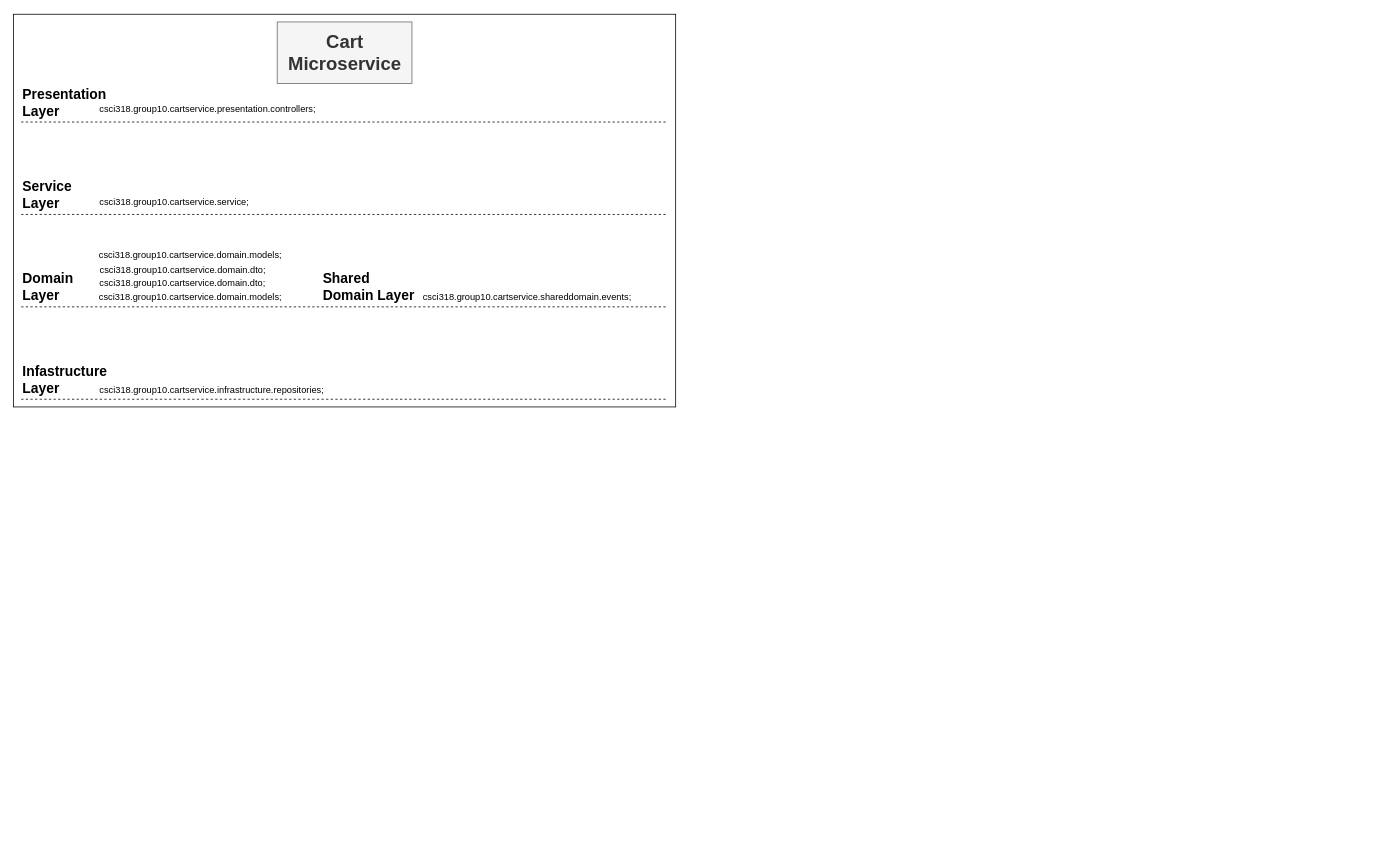
This is layeredArchitecture.drawio from aks805/318Diagrams, a draw.io file, before an edit. Source tidied: cells renumbered, new cells numbered last; positions are measured from the earlier drawing's top-left corner, leaving out a move shared by most shapes. Both pictures are drawn from the tidied source at 77%, with x=0, y=0 at pixel (13, 14).
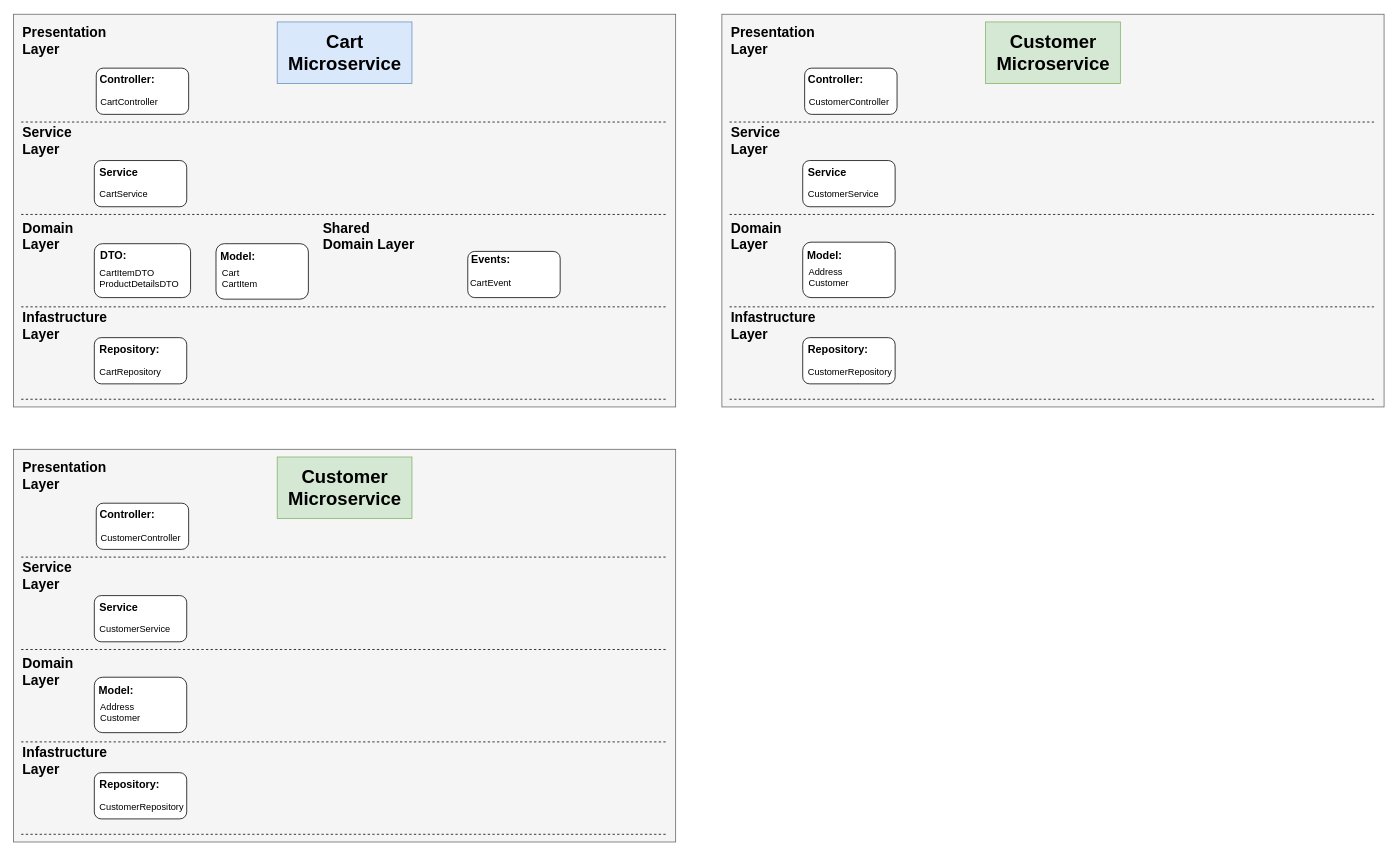
The same diagram, later.

Change to the diagram source:
```diff
@@
-    <mxCell id="2" style="rounded=0;whiteSpace=wrap;html=1;" parent="1" vertex="1">
+    <mxCell id="2" style="rounded=0;whiteSpace=wrap;html=1;fillColor=#f5f5f5;fontColor=#333333;strokeColor=#666666;" parent="1" vertex="1">
       <mxGeometry width="860" height="510" as="geometry" />
     </mxCell>
+    <mxCell id="21" style="rounded=1;whiteSpace=wrap;html=1;" parent="1" vertex="1">
+      <mxGeometry x="590" y="308" width="120" height="60" as="geometry" />
+    </mxCell>
+    <mxCell id="22" style="rounded=1;whiteSpace=wrap;html=1;" parent="1" vertex="1">
+      <mxGeometry x="107.5" y="70" width="120" height="60" as="geometry" />
+    </mxCell>
+    <mxCell id="23" style="rounded=1;whiteSpace=wrap;html=1;" parent="1" vertex="1">
+      <mxGeometry x="105" y="190" width="120" height="60" as="geometry" />
+    </mxCell>
+    <mxCell id="24" style="rounded=1;whiteSpace=wrap;html=1;" parent="1" vertex="1">
+      <mxGeometry x="263" y="298" width="120" height="72" as="geometry" />
+    </mxCell>
+    <mxCell id="25" style="rounded=1;whiteSpace=wrap;html=1;" parent="1" vertex="1">
+      <mxGeometry x="105" y="420" width="120" height="60" as="geometry" />
+    </mxCell>
-    <mxCell id="3" value="&lt;h1&gt;Cart Microservice&lt;/h1&gt;" style="text;html=1;align=center;verticalAlign=middle;whiteSpace=wrap;rounded=0;fillColor=#f5f5f5;strokeColor=#666666;fontColor=#333333;" parent="1" vertex="1">
+    <mxCell id="3" value="&lt;h1&gt;Cart Microservice&lt;/h1&gt;" style="text;html=1;align=center;verticalAlign=middle;whiteSpace=wrap;rounded=0;fillColor=#dae8fc;strokeColor=#6c8ebf;" parent="1" vertex="1">
       <mxGeometry x="342.5" y="10" width="175" height="80" as="geometry" />
     </mxCell>
@@
     <mxCell id="7" value="&lt;h2&gt;Presentation Layer&lt;/h2&gt;" style="text;html=1;align=left;verticalAlign=middle;whiteSpace=wrap;rounded=0;" parent="1" vertex="1">
-      <mxGeometry x="10" y="100" width="60" height="30" as="geometry" />
+      <mxGeometry x="10" y="20" width="60" height="30" as="geometry" />
     </mxCell>
     <mxCell id="8" value="&lt;h2&gt;Service Layer&lt;/h2&gt;" style="text;html=1;align=left;verticalAlign=middle;whiteSpace=wrap;rounded=0;" parent="1" vertex="1">
-      <mxGeometry x="10" y="220" width="60" height="30" as="geometry" />
+      <mxGeometry x="10" y="150" width="60" height="30" as="geometry" />
     </mxCell>
     <mxCell id="9" value="&lt;h2&gt;Domain Layer&lt;/h2&gt;" style="text;html=1;align=left;verticalAlign=middle;whiteSpace=wrap;rounded=0;" parent="1" vertex="1">
-      <mxGeometry x="10" y="340" width="60" height="30" as="geometry" />
+      <mxGeometry x="10" y="274" width="60" height="30" as="geometry" />
     </mxCell>
     <mxCell id="10" value="&lt;h2&gt;Infastructure Layer&lt;/h2&gt;" style="text;html=1;align=left;verticalAlign=middle;whiteSpace=wrap;rounded=0;" parent="1" vertex="1">
-      <mxGeometry x="10" y="460" width="60" height="30" as="geometry" />
+      <mxGeometry x="10" y="390" width="60" height="30" as="geometry" />
     </mxCell>
@@
     <mxCell id="12" value="&lt;h2&gt;Shared Domain Layer&lt;/h2&gt;" style="text;html=1;align=left;verticalAlign=middle;whiteSpace=wrap;rounded=0;" parent="1" vertex="1">
-      <mxGeometry x="400" y="340" width="130" height="30" as="geometry" />
+      <mxGeometry x="400" y="274" width="130" height="30" as="geometry" />
     </mxCell>
-    <mxCell id="13" value="&lt;div style=&quot;&quot;&gt;csci318.group10.cartservice.infrastructure.repositories;&lt;/div&gt;&lt;div&gt;&lt;br&gt;&lt;/div&gt;" style="text;html=1;align=left;verticalAlign=middle;whiteSpace=wrap;rounded=0;" parent="1" vertex="1">
-      <mxGeometry x="110" y="480" width="60" height="30" as="geometry" />
-    </mxCell>
-    <mxCell id="14" value="csci318.group10.cartservice.domain.dto;" style="text;html=1;align=left;verticalAlign=middle;whiteSpace=wrap;rounded=0;" parent="1" vertex="1">
-      <mxGeometry x="110" y="335" width="60" height="30" as="geometry" />
-    </mxCell>
-    <mxCell id="15" value="&lt;div style=&quot;text-align: left;&quot;&gt;csci318.group10.cartservice.domain.dto;&lt;/div&gt;&lt;div&gt;&lt;br&gt;&lt;/div&gt;" style="text;html=1;align=center;verticalAlign=middle;whiteSpace=wrap;rounded=0;" parent="1" vertex="1">
-      <mxGeometry x="190" y="324" width="60" height="30" as="geometry" />
-    </mxCell>
-    <mxCell id="16" value="&lt;div style=&quot;text-align: left;&quot;&gt;csci318.group10.cartservice.domain.models;&lt;/div&gt;&lt;div&gt;&lt;br&gt;&lt;/div&gt;" style="text;html=1;align=center;verticalAlign=middle;whiteSpace=wrap;rounded=0;" parent="1" vertex="1">
-      <mxGeometry x="200" y="360" width="60" height="30" as="geometry" />
-    </mxCell>
-    <mxCell id="17" value="&lt;div style=&quot;text-align: left;&quot;&gt;csci318.group10.cartservice.domain.models;&lt;/div&gt;&lt;div&gt;&lt;br&gt;&lt;/div&gt;" style="text;html=1;align=center;verticalAlign=middle;whiteSpace=wrap;rounded=0;" parent="1" vertex="1">
-      <mxGeometry x="200" y="305" width="60" height="30" as="geometry" />
-    </mxCell>
-    <mxCell id="18" value="csci318.group10.cartservice.shareddomain.events;" style="text;whiteSpace=wrap;" parent="1" vertex="1">
-      <mxGeometry x="530" y="354" width="350" height="26" as="geometry" />
-    </mxCell>
-    <mxCell id="19" value="csci318.group10.cartservice.service;" style="text;whiteSpace=wrap;" parent="1" vertex="1">
-      <mxGeometry x="110" y="230" width="280" height="20" as="geometry" />
+    <mxCell id="19" value="CartService" style="text;whiteSpace=wrap;" parent="1" vertex="1">
+      <mxGeometry x="110" y="220" width="70" height="20" as="geometry" />
     </mxCell>
-    <mxCell id="20" value="csci318.group10.cartservice.presentation.controllers;" style="text;whiteSpace=wrap;" parent="1" vertex="1">
-      <mxGeometry x="110" y="110" width="360" height="40" as="geometry" />
-    </mxCell>
+    <mxCell id="26" style="rounded=1;whiteSpace=wrap;html=1;" parent="1" vertex="1">
+      <mxGeometry x="105" y="298" width="125" height="70" as="geometry" />
+    </mxCell>
+    <mxCell id="27" value="&lt;h3&gt;&lt;span style=&quot;text-align: left;&quot;&gt;DTO:&lt;/span&gt;&lt;/h3&gt;" style="text;html=1;align=center;verticalAlign=middle;whiteSpace=wrap;rounded=0;" parent="1" vertex="1">
+      <mxGeometry x="110" y="298" width="40" height="30" as="geometry" />
+    </mxCell>
+    <mxCell id="28" value="&lt;p style=&quot;line-height: 120%;&quot;&gt;&lt;/p&gt;&lt;div style=&quot;&quot;&gt;CartItemDTO&lt;/div&gt;&lt;div style=&quot;&quot;&gt;ProductDetailsDTO&lt;/div&gt;&lt;p&gt;&lt;/p&gt;" style="text;html=1;align=left;verticalAlign=middle;whiteSpace=wrap;rounded=0;" parent="1" vertex="1">
+      <mxGeometry x="110" y="318" width="110" height="50" as="geometry" />
+    </mxCell>
+    <mxCell id="29" value="Cart&#10;CartItem" style="text;whiteSpace=wrap;" parent="1" vertex="1">
+      <mxGeometry x="269" y="323" width="64" height="40" as="geometry" />
+    </mxCell>
+    <mxCell id="30" value="&lt;h3&gt;Repository:&lt;/h3&gt;" style="text;html=1;align=left;verticalAlign=middle;whiteSpace=wrap;rounded=0;" parent="1" vertex="1">
+      <mxGeometry x="110" y="420" width="80" height="30" as="geometry" />
+    </mxCell>
+    <mxCell id="31" value="CartRepository" style="text;html=1;align=left;verticalAlign=middle;whiteSpace=wrap;rounded=0;" parent="1" vertex="1">
+      <mxGeometry x="110" y="450" width="90" height="30" as="geometry" />
+    </mxCell>
+    <mxCell id="32" value="&lt;h3&gt;Model:&lt;/h3&gt;" style="text;strokeColor=none;fillColor=none;align=left;verticalAlign=middle;spacingLeft=4;spacingRight=4;overflow=hidden;whiteSpace=wrap;html=1;" parent="1" vertex="1">
+      <mxGeometry x="263" y="290" width="86" height="38" as="geometry" />
+    </mxCell>
+    <mxCell id="33" value="&lt;h3&gt;Service&lt;/h3&gt;" style="text;html=1;align=left;verticalAlign=middle;whiteSpace=wrap;rounded=0;" parent="1" vertex="1">
+      <mxGeometry x="110" y="190" width="60" height="30" as="geometry" />
+    </mxCell>
+    <mxCell id="34" value="&lt;h3&gt;Controller:&lt;/h3&gt;" style="text;html=1;align=center;verticalAlign=middle;whiteSpace=wrap;rounded=0;" parent="1" vertex="1">
+      <mxGeometry x="117.5" y="70" width="60" height="30" as="geometry" />
+    </mxCell>
+    <mxCell id="35" value="CartController" style="text;html=1;align=center;verticalAlign=middle;whiteSpace=wrap;rounded=0;" parent="1" vertex="1">
+      <mxGeometry x="112.5" y="100" width="75" height="30" as="geometry" />
+    </mxCell>
+    <mxCell id="36" value="&lt;h3&gt;Events:&lt;/h3&gt;" style="text;html=1;align=center;verticalAlign=middle;whiteSpace=wrap;rounded=0;" parent="1" vertex="1">
+      <mxGeometry x="590" y="304" width="60" height="30" as="geometry" />
+    </mxCell>
+    <mxCell id="37" value="CartEvent" style="text;html=1;align=center;verticalAlign=middle;whiteSpace=wrap;rounded=0;" parent="1" vertex="1">
+      <mxGeometry x="590" y="334" width="60" height="30" as="geometry" />
+    </mxCell>
+    <mxCell id="38" style="rounded=0;whiteSpace=wrap;html=1;fillColor=#f5f5f5;fontColor=#333333;strokeColor=#666666;" parent="1" vertex="1">
+      <mxGeometry y="565" width="860" height="510" as="geometry" />
+    </mxCell>
+    <mxCell id="39" style="rounded=1;whiteSpace=wrap;html=1;" parent="1" vertex="1">
+      <mxGeometry x="107.5" y="635" width="120" height="60" as="geometry" />
+    </mxCell>
+    <mxCell id="40" style="rounded=1;whiteSpace=wrap;html=1;" parent="1" vertex="1">
+      <mxGeometry x="105" y="755" width="120" height="60" as="geometry" />
+    </mxCell>
+    <mxCell id="41" style="rounded=1;whiteSpace=wrap;html=1;" parent="1" vertex="1">
+      <mxGeometry x="105" y="861" width="120" height="72" as="geometry" />
+    </mxCell>
+    <mxCell id="42" style="rounded=1;whiteSpace=wrap;html=1;" parent="1" vertex="1">
+      <mxGeometry x="105" y="985" width="120" height="60" as="geometry" />
+    </mxCell>
+    <mxCell id="43" value="&lt;h1&gt;Customer Microservice&lt;/h1&gt;" style="text;html=1;align=center;verticalAlign=middle;whiteSpace=wrap;rounded=0;fillColor=#d5e8d4;strokeColor=#82b366;" parent="1" vertex="1">
+      <mxGeometry x="342.5" y="575" width="175" height="80" as="geometry" />
+    </mxCell>
+    <mxCell id="44" style="endArrow=none;html=1;rounded=0;fixDash=1;curved=0;dashed=1;" parent="1" edge="1">
+      <mxGeometry relative="1" as="geometry">
+        <mxPoint x="10" y="705" as="sourcePoint" />
+        <mxPoint x="850" y="705" as="targetPoint" />
+      </mxGeometry>
+    </mxCell>
+    <mxCell id="45" style="endArrow=none;html=1;rounded=0;dashed=1;" parent="1" edge="1">
+      <mxGeometry relative="1" as="geometry">
+        <mxPoint x="10" y="825" as="sourcePoint" />
+        <mxPoint x="850" y="825" as="targetPoint" />
+      </mxGeometry>
+    </mxCell>
+    <mxCell id="46" style="endArrow=none;html=1;rounded=0;dashed=1;" parent="1" edge="1">
+      <mxGeometry relative="1" as="geometry">
+        <mxPoint x="10" y="945" as="sourcePoint" />
+        <mxPoint x="850" y="945" as="targetPoint" />
+      </mxGeometry>
+    </mxCell>
+    <mxCell id="47" value="&lt;h2&gt;Presentation Layer&lt;/h2&gt;" style="text;html=1;align=left;verticalAlign=middle;whiteSpace=wrap;rounded=0;" parent="1" vertex="1">
+      <mxGeometry x="10" y="585" width="60" height="30" as="geometry" />
+    </mxCell>
+    <mxCell id="48" value="&lt;h2&gt;Service Layer&lt;/h2&gt;" style="text;html=1;align=left;verticalAlign=middle;whiteSpace=wrap;rounded=0;" parent="1" vertex="1">
+      <mxGeometry x="10" y="715" width="60" height="30" as="geometry" />
+    </mxCell>
+    <mxCell id="49" value="&lt;h2&gt;Domain Layer&lt;/h2&gt;" style="text;html=1;align=left;verticalAlign=middle;whiteSpace=wrap;rounded=0;" parent="1" vertex="1">
+      <mxGeometry x="10" y="839" width="60" height="30" as="geometry" />
+    </mxCell>
+    <mxCell id="50" value="&lt;h2&gt;Infastructure Layer&lt;/h2&gt;" style="text;html=1;align=left;verticalAlign=middle;whiteSpace=wrap;rounded=0;" parent="1" vertex="1">
+      <mxGeometry x="10" y="955" width="60" height="30" as="geometry" />
+    </mxCell>
+    <mxCell id="51" style="endArrow=none;html=1;rounded=0;dashed=1;" parent="1" edge="1">
+      <mxGeometry relative="1" as="geometry">
+        <mxPoint x="10" y="1065" as="sourcePoint" />
+        <mxPoint x="850" y="1065" as="targetPoint" />
+      </mxGeometry>
+    </mxCell>
+    <mxCell id="52" value="CustomerService" style="text;whiteSpace=wrap;" parent="1" vertex="1">
+      <mxGeometry x="110" y="785" width="70" height="20" as="geometry" />
+    </mxCell>
+    <mxCell id="53" value="Address&#10;Customer" style="text;whiteSpace=wrap;" parent="1" vertex="1">
+      <mxGeometry x="111" y="886" width="64" height="40" as="geometry" />
+    </mxCell>
+    <mxCell id="54" value="&lt;h3&gt;Repository:&lt;/h3&gt;" style="text;html=1;align=left;verticalAlign=middle;whiteSpace=wrap;rounded=0;" parent="1" vertex="1">
+      <mxGeometry x="110" y="985" width="80" height="30" as="geometry" />
+    </mxCell>
+    <mxCell id="55" value="CustomerRepository" style="text;html=1;align=left;verticalAlign=middle;whiteSpace=wrap;rounded=0;" parent="1" vertex="1">
+      <mxGeometry x="110" y="1015" width="90" height="30" as="geometry" />
+    </mxCell>
+    <mxCell id="56" value="&lt;h3&gt;Model:&lt;/h3&gt;" style="text;strokeColor=none;fillColor=none;align=left;verticalAlign=middle;spacingLeft=4;spacingRight=4;overflow=hidden;whiteSpace=wrap;html=1;" parent="1" vertex="1">
+      <mxGeometry x="105" y="853" width="86" height="38" as="geometry" />
+    </mxCell>
+    <mxCell id="57" value="&lt;h3&gt;Service&lt;/h3&gt;" style="text;html=1;align=left;verticalAlign=middle;whiteSpace=wrap;rounded=0;" parent="1" vertex="1">
+      <mxGeometry x="110" y="755" width="60" height="30" as="geometry" />
+    </mxCell>
+    <mxCell id="58" value="&lt;h3&gt;Controller:&lt;/h3&gt;" style="text;html=1;align=center;verticalAlign=middle;whiteSpace=wrap;rounded=0;" parent="1" vertex="1">
+      <mxGeometry x="117.5" y="635" width="60" height="30" as="geometry" />
+    </mxCell>
+    <mxCell id="59" value="CustomerController" style="text;html=1;align=center;verticalAlign=middle;whiteSpace=wrap;rounded=0;" parent="1" vertex="1">
+      <mxGeometry x="127.5" y="665" width="75" height="30" as="geometry" />
+    </mxCell>
+    <mxCell id="60" style="rounded=0;whiteSpace=wrap;html=1;fillColor=#f5f5f5;fontColor=#333333;strokeColor=#666666;" parent="1" vertex="1">
+      <mxGeometry x="920" width="860" height="510" as="geometry" />
+    </mxCell>
+    <mxCell id="61" style="rounded=1;whiteSpace=wrap;html=1;" parent="1" vertex="1">
+      <mxGeometry x="1027.5" y="70" width="120" height="60" as="geometry" />
+    </mxCell>
+    <mxCell id="62" style="rounded=1;whiteSpace=wrap;html=1;" parent="1" vertex="1">
+      <mxGeometry x="1025" y="190" width="120" height="60" as="geometry" />
+    </mxCell>
+    <mxCell id="63" style="rounded=1;whiteSpace=wrap;html=1;" parent="1" vertex="1">
+      <mxGeometry x="1025" y="296" width="120" height="72" as="geometry" />
+    </mxCell>
+    <mxCell id="64" style="rounded=1;whiteSpace=wrap;html=1;" parent="1" vertex="1">
+      <mxGeometry x="1025" y="420" width="120" height="60" as="geometry" />
+    </mxCell>
+    <mxCell id="65" value="&lt;h1&gt;Customer Microservice&lt;/h1&gt;" style="text;html=1;align=center;verticalAlign=middle;whiteSpace=wrap;rounded=0;fillColor=#d5e8d4;strokeColor=#82b366;" parent="1" vertex="1">
+      <mxGeometry x="1262.5" y="10" width="175" height="80" as="geometry" />
+    </mxCell>
+    <mxCell id="66" style="endArrow=none;html=1;rounded=0;fixDash=1;curved=0;dashed=1;" parent="1" edge="1">
+      <mxGeometry relative="1" as="geometry">
+        <mxPoint x="930" y="140" as="sourcePoint" />
+        <mxPoint x="1770" y="140" as="targetPoint" />
+      </mxGeometry>
+    </mxCell>
+    <mxCell id="67" style="endArrow=none;html=1;rounded=0;dashed=1;" parent="1" edge="1">
+      <mxGeometry relative="1" as="geometry">
+        <mxPoint x="930" y="260" as="sourcePoint" />
+        <mxPoint x="1770" y="260" as="targetPoint" />
+      </mxGeometry>
+    </mxCell>
+    <mxCell id="68" style="endArrow=none;html=1;rounded=0;dashed=1;" parent="1" edge="1">
+      <mxGeometry relative="1" as="geometry">
+        <mxPoint x="930" y="380" as="sourcePoint" />
+        <mxPoint x="1770" y="380" as="targetPoint" />
+      </mxGeometry>
+    </mxCell>
+    <mxCell id="69" value="&lt;h2&gt;Presentation Layer&lt;/h2&gt;" style="text;html=1;align=left;verticalAlign=middle;whiteSpace=wrap;rounded=0;" parent="1" vertex="1">
+      <mxGeometry x="930" y="20" width="60" height="30" as="geometry" />
+    </mxCell>
+    <mxCell id="70" value="&lt;h2&gt;Service Layer&lt;/h2&gt;" style="text;html=1;align=left;verticalAlign=middle;whiteSpace=wrap;rounded=0;" parent="1" vertex="1">
+      <mxGeometry x="930" y="150" width="60" height="30" as="geometry" />
+    </mxCell>
+    <mxCell id="71" value="&lt;h2&gt;Domain Layer&lt;/h2&gt;" style="text;html=1;align=left;verticalAlign=middle;whiteSpace=wrap;rounded=0;" parent="1" vertex="1">
+      <mxGeometry x="930" y="274" width="60" height="30" as="geometry" />
+    </mxCell>
+    <mxCell id="72" value="&lt;h2&gt;Infastructure Layer&lt;/h2&gt;" style="text;html=1;align=left;verticalAlign=middle;whiteSpace=wrap;rounded=0;" parent="1" vertex="1">
+      <mxGeometry x="930" y="390" width="60" height="30" as="geometry" />
+    </mxCell>
+    <mxCell id="73" style="endArrow=none;html=1;rounded=0;dashed=1;" parent="1" edge="1">
+      <mxGeometry relative="1" as="geometry">
+        <mxPoint x="930" y="500" as="sourcePoint" />
+        <mxPoint x="1770" y="500" as="targetPoint" />
+      </mxGeometry>
+    </mxCell>
+    <mxCell id="74" value="CustomerService" style="text;whiteSpace=wrap;" parent="1" vertex="1">
+      <mxGeometry x="1030" y="220" width="70" height="20" as="geometry" />
+    </mxCell>
+    <mxCell id="75" value="Address&#10;Customer" style="text;whiteSpace=wrap;" parent="1" vertex="1">
+      <mxGeometry x="1031" y="321" width="64" height="40" as="geometry" />
+    </mxCell>
+    <mxCell id="76" value="&lt;h3&gt;Repository:&lt;/h3&gt;" style="text;html=1;align=left;verticalAlign=middle;whiteSpace=wrap;rounded=0;" parent="1" vertex="1">
+      <mxGeometry x="1030" y="420" width="80" height="30" as="geometry" />
+    </mxCell>
+    <mxCell id="77" value="CustomerRepository" style="text;html=1;align=left;verticalAlign=middle;whiteSpace=wrap;rounded=0;" parent="1" vertex="1">
+      <mxGeometry x="1030" y="450" width="90" height="30" as="geometry" />
+    </mxCell>
+    <mxCell id="78" value="&lt;h3&gt;Model:&lt;/h3&gt;" style="text;strokeColor=none;fillColor=none;align=left;verticalAlign=middle;spacingLeft=4;spacingRight=4;overflow=hidden;whiteSpace=wrap;html=1;" parent="1" vertex="1">
+      <mxGeometry x="1025" y="288" width="86" height="38" as="geometry" />
+    </mxCell>
+    <mxCell id="79" value="&lt;h3&gt;Service&lt;/h3&gt;" style="text;html=1;align=left;verticalAlign=middle;whiteSpace=wrap;rounded=0;" parent="1" vertex="1">
+      <mxGeometry x="1030" y="190" width="60" height="30" as="geometry" />
+    </mxCell>
+    <mxCell id="80" value="&lt;h3&gt;Controller:&lt;/h3&gt;" style="text;html=1;align=center;verticalAlign=middle;whiteSpace=wrap;rounded=0;" parent="1" vertex="1">
+      <mxGeometry x="1037.5" y="70" width="60" height="30" as="geometry" />
+    </mxCell>
+    <mxCell id="81" value="CustomerController" style="text;html=1;align=center;verticalAlign=middle;whiteSpace=wrap;rounded=0;" parent="1" vertex="1">
+      <mxGeometry x="1047.5" y="100" width="75" height="30" as="geometry" />
+    </mxCell>
```
